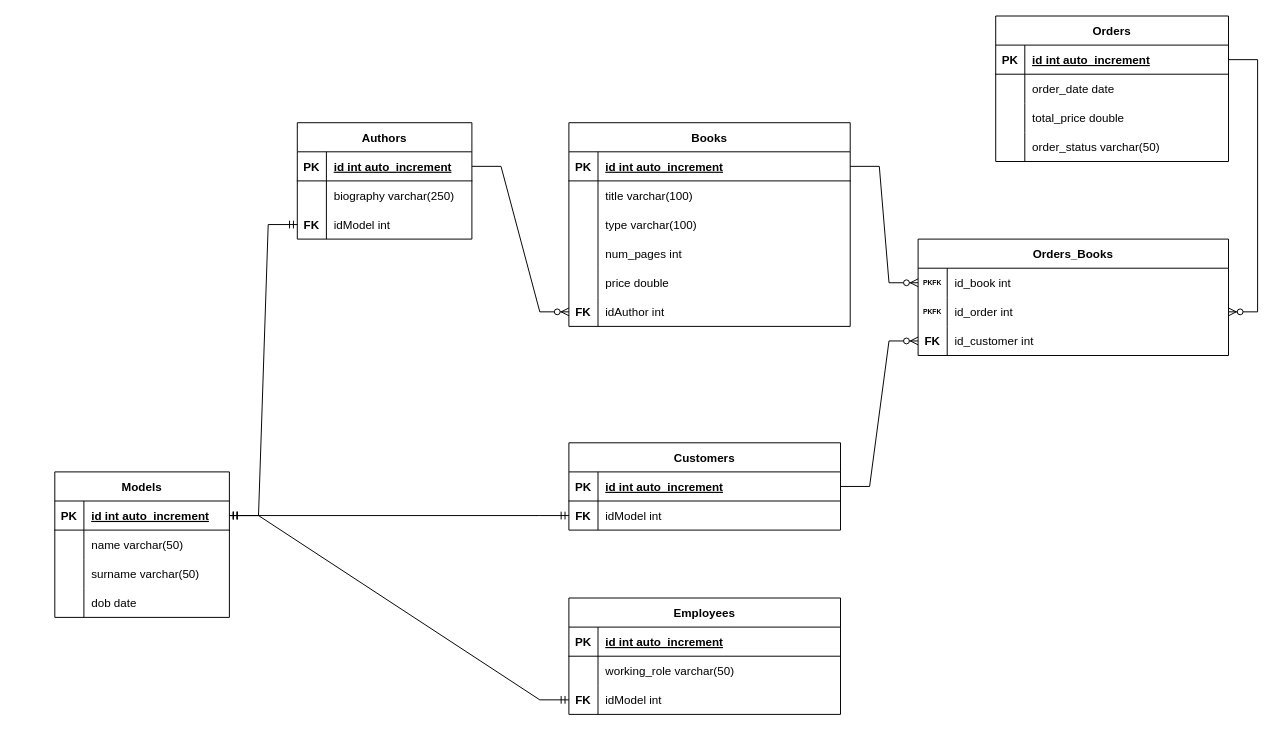
Before: src/main/resources/Project UML/Library_UML.drawio.xml in SimoneMichelon/Libreria, a draw.io diagram. Source tidied: cells renumbered, new cells numbered last; positions are measured from the earlier drawing's top-left corner, leaving out a move shared by most shapes. Both pictures are drawn from the tidied source at 97%, with x=0, y=0 at pixel (54, 16).
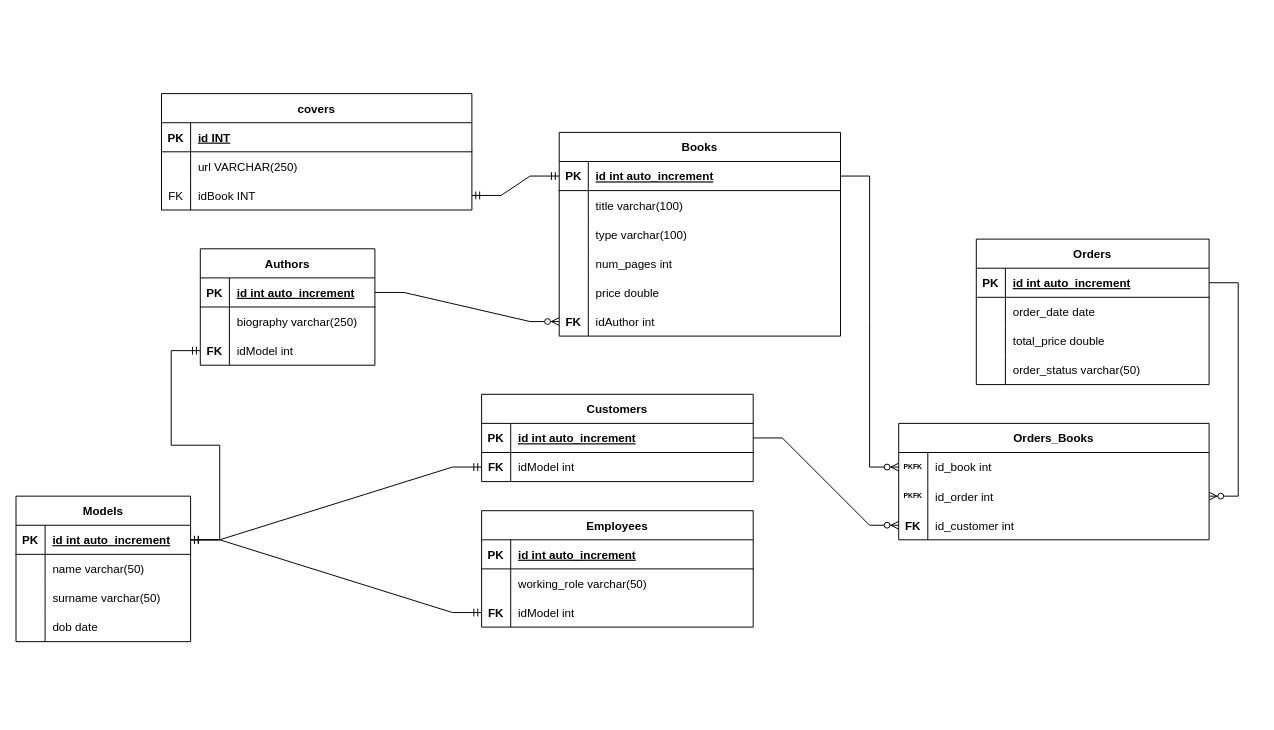
Above is the later version.

Unchanged cells that the change refers to:
```xml
<mxCell id="13" style="shape=tableRow;horizontal=0;startSize=0;swimlaneHead=0;swimlaneBody=0;fillColor=none;points=[[0,0.5],[1,0.5]];portConstraint=eastwest;strokeColor=inherit;top=0;left=0;right=0;bottom=1;" parent="12" vertex="1">
  <mxGeometry y="30" width="290" height="30" as="geometry" />
</mxCell>
```

Change to the diagram source:
```diff
@@
     <mxCell id="2" value="Authors" style="shape=table;startSize=30;childLayout=tableLayout;rowLines=0;fontStyle=1;align=center;" parent="1" vertex="1">
-      <mxGeometry x="250" y="110" width="180" height="120" as="geometry" />
+      <mxGeometry x="150" y="240" width="180" height="120" as="geometry" />
     </mxCell>
@@
     <mxCell id="12" value="Books" style="shape=table;startSize=30;childLayout=tableLayout;rowLines=0;fontStyle=1;align=center;" parent="1" vertex="1">
-      <mxGeometry x="530" y="110" width="290" height="210" as="geometry" />
+      <mxGeometry x="520" y="120" width="290" height="210" as="geometry" />
     </mxCell>
@@
     <mxCell id="32" value="Orders" style="shape=table;startSize=30;childLayout=tableLayout;rowLines=0;fontStyle=1;align=center;" parent="1" vertex="1">
-      <mxGeometry x="970" width="240" height="150" as="geometry" />
+      <mxGeometry x="950" y="230" width="240" height="150" as="geometry" />
     </mxCell>
@@
     <mxCell id="45" value="Orders_Books" style="shape=table;startSize=30;childLayout=tableLayout;rowLines=0;fontStyle=1;align=center;" parent="1" vertex="1">
-      <mxGeometry x="890" y="230" width="320" height="120" as="geometry" />
+      <mxGeometry x="870" y="420" width="320" height="120" as="geometry" />
     </mxCell>
@@
     <mxCell id="57" value="Employees" style="shape=table;startSize=30;childLayout=tableLayout;rowLines=0;fontStyle=1;align=center;" parent="1" vertex="1">
-      <mxGeometry x="530" y="600" width="280" height="120" as="geometry" />
+      <mxGeometry x="440" y="510" width="280" height="120" as="geometry" />
     </mxCell>
@@
     <mxCell id="67" value="Customers" style="shape=table;startSize=30;childLayout=tableLayout;rowLines=0;fontStyle=1;align=center;" parent="1" vertex="1">
-      <mxGeometry x="530" y="440" width="280" height="90" as="geometry" />
+      <mxGeometry x="440" y="390" width="280" height="90" as="geometry" />
     </mxCell>
@@
     <mxCell id="75" value="Models" style="shape=table;startSize=30;childLayout=tableLayout;rowLines=0;fontStyle=1;align=center;" parent="1" vertex="1">
-      <mxGeometry y="470" width="180" height="150" as="geometry" />
+      <mxGeometry x="-40" y="495" width="180" height="150" as="geometry" />
     </mxCell>
@@
+    <mxCell id="91" value="covers" style="shape=table;startSize=30;childLayout=tableLayout;rowLines=0;fontStyle=1;align=center;" parent="1" vertex="1">
+      <mxGeometry x="110" y="80" width="320" height="120" as="geometry" />
+    </mxCell>
+    <mxCell id="92" style="shape=tableRow;horizontal=0;startSize=0;swimlaneHead=0;swimlaneBody=0;fillColor=none;strokeColor=inherit;top=0;left=0;right=0;bottom=1;" parent="91" vertex="1">
+      <mxGeometry y="30" width="320" height="30" as="geometry" />
+    </mxCell>
+    <mxCell id="93" value="PK" style="shape=partialRectangle;overflow=hidden;fillColor=none;strokeColor=inherit;top=0;left=0;bottom=0;right=0;fontStyle=1;" parent="92" vertex="1">
+      <mxGeometry width="30" height="30" as="geometry" />
+    </mxCell>
+    <mxCell id="94" value="id INT" style="shape=partialRectangle;overflow=hidden;fillColor=none;align=left;strokeColor=inherit;top=0;left=0;bottom=0;right=0;spacingLeft=6;fontStyle=5;" parent="92" vertex="1">
+      <mxGeometry x="30" width="290" height="30" as="geometry" />
+    </mxCell>
+    <mxCell id="95" style="shape=tableRow;horizontal=0;startSize=0;swimlaneHead=0;swimlaneBody=0;fillColor=none;strokeColor=inherit;top=0;left=0;right=0;bottom=0;" parent="91" vertex="1">
+      <mxGeometry y="60" width="320" height="30" as="geometry" />
+    </mxCell>
+    <mxCell id="96" style="shape=partialRectangle;overflow=hidden;fillColor=none;strokeColor=inherit;top=0;left=0;bottom=0;right=0;" parent="95" vertex="1">
+      <mxGeometry width="30" height="30" as="geometry" />
+    </mxCell>
+    <mxCell id="97" value="url VARCHAR(250)" style="shape=partialRectangle;overflow=hidden;fillColor=none;align=left;strokeColor=inherit;top=0;left=0;bottom=0;right=0;spacingLeft=6;" parent="95" vertex="1">
+      <mxGeometry x="30" width="290" height="30" as="geometry" />
+    </mxCell>
+    <mxCell id="98" style="shape=tableRow;horizontal=0;startSize=0;swimlaneHead=0;swimlaneBody=0;fillColor=none;points=[[0,0.5],[1,0.5]];portConstraint=eastwest;strokeColor=inherit;top=0;left=0;right=0;bottom=0;" parent="91" vertex="1">
+      <mxGeometry y="90" width="320" height="30" as="geometry" />
+    </mxCell>
+    <mxCell id="99" value="FK" style="shape=partialRectangle;overflow=hidden;fillColor=none;strokeColor=inherit;top=0;left=0;bottom=0;right=0;" parent="98" vertex="1">
+      <mxGeometry width="30" height="30" as="geometry" />
+    </mxCell>
+    <mxCell id="100" value="idBook INT" style="shape=partialRectangle;overflow=hidden;fillColor=none;align=left;strokeColor=inherit;top=0;left=0;bottom=0;right=0;spacingLeft=6;" parent="98" vertex="1">
+      <mxGeometry x="30" width="290" height="30" as="geometry" />
+    </mxCell>
+    <mxCell id="101" style="edgeStyle=entityRelationEdgeStyle;fontSize=12;html=1;endArrow=ERmandOne;startArrow=ERmandOne;rounded=0;entryX=1;entryY=0.5;entryDx=0;entryDy=0;exitX=0;exitY=0.5;exitDx=0;exitDy=0;" parent="1" edge="1" source="13" target="98">
+      <mxGeometry relative="1" as="geometry" />
+    </mxCell>
```
